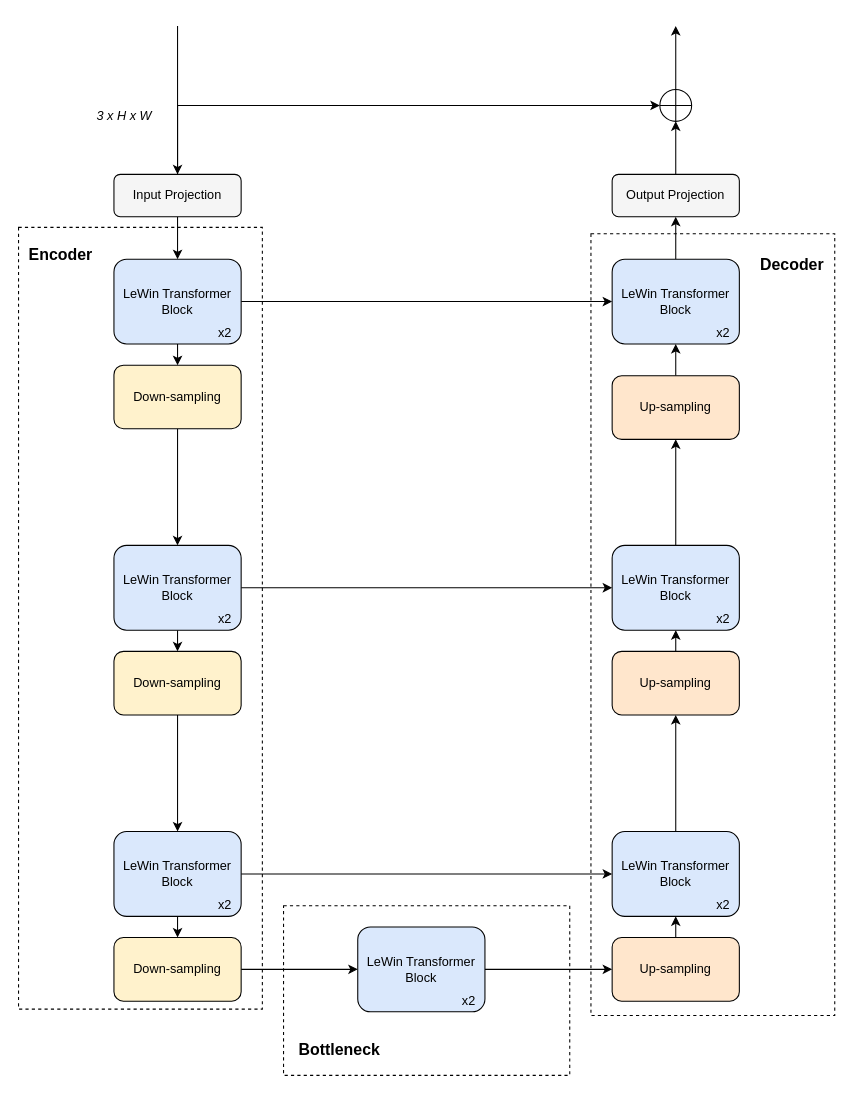
Above: MTRNet.drawio in user815886724/Drawio (draw.io), before the change. Source tidied: cells renumbered, new cells numbered last; positions are measured from the earlier drawing's top-left corner, leaving out a move shared by most shapes. Both pictures are drawn from the tidied source at 106%, with x=0, y=0 at pixel (18, 25).
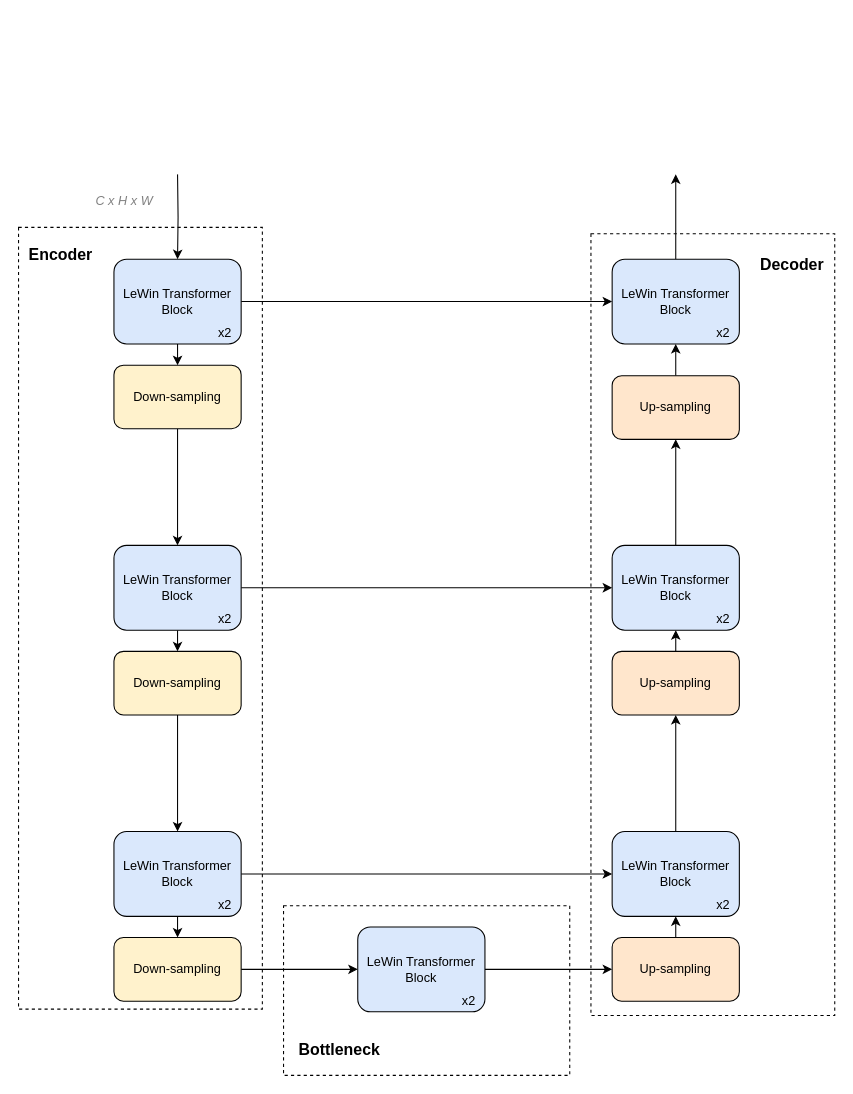
After the change.

The change refers to these unchanged cells:
```xml
<mxCell id="11" value="LeWin Transformer Block" style="rounded=1;whiteSpace=wrap;html=1;fillColor=#dae8fc;strokeColor=#000000;shadow=0;glass=0;sketch=0;labelBackgroundColor=none;fontColor=default;" parent="1" vertex="1">
  <mxGeometry x="90" y="220" width="120" height="80" as="geometry" />
</mxCell>
<mxCell id="40" value="LeWin Transformer Block" style="rounded=1;whiteSpace=wrap;html=1;fillColor=#dae8fc;strokeColor=default;shadow=0;glass=0;sketch=0;labelBackgroundColor=none;fontColor=default;" parent="1" vertex="1">
  <mxGeometry x="560" y="220" width="120" height="80" as="geometry" />
</mxCell>
```

What changed in the source:
```diff
@@
-    <mxCell id="5" style="edgeStyle=orthogonalEdgeStyle;rounded=0;jettySize=auto;html=1;fontColor=default;strokeColor=default;labelBackgroundColor=default;" parent="1" edge="1" source="8" target="11">
-      <mxGeometry relative="1" as="geometry" />
+    <mxCell id="5" style="edgeStyle=orthogonalEdgeStyle;rounded=0;jettySize=auto;html=1;fontColor=default;strokeColor=default;labelBackgroundColor=default;" parent="1" edge="1" target="11">
+      <mxGeometry relative="1" as="geometry">
+        <mxPoint x="150" y="140" as="sourcePoint" />
+      </mxGeometry>
     </mxCell>
-    <mxCell id="6" style="edgeStyle=orthogonalEdgeStyle;rounded=0;jettySize=auto;html=1;exitX=0.5;exitY=0;exitDx=0;exitDy=0;labelBackgroundColor=default;fontColor=#999999;strokeColor=default;startArrow=classic;startFill=1;endArrow=none;endFill=0;" parent="1" edge="1" source="8">
-      <mxGeometry relative="1" as="geometry">
-        <mxPoint x="150" as="targetPoint" />
-        <Array as="points">
-          <mxPoint x="150" y="120" />
-          <mxPoint x="150" y="120" />
-        </Array>
-      </mxGeometry>
-    </mxCell>
-    <mxCell id="7" style="edgeStyle=orthogonalEdgeStyle;rounded=0;jettySize=auto;html=1;exitX=0.5;exitY=0;exitDx=0;exitDy=0;entryX=0;entryY=0.5;entryDx=0;entryDy=0;labelBackgroundColor=default;fontColor=default;startArrow=none;startFill=0;endArrow=classic;endFill=1;strokeColor=default;" parent="1" edge="1" source="8" target="49">
-      <mxGeometry relative="1" as="geometry" />
-    </mxCell>
-    <mxCell id="8" value="Input Projection" style="rounded=1;whiteSpace=wrap;html=1;fillColor=#f5f5f5;strokeColor=default;fontColor=default;shadow=0;glass=0;sketch=0;labelBackgroundColor=none;" parent="1" vertex="1">
-      <mxGeometry x="90" y="140" width="120" height="40" as="geometry" />
-    </mxCell>
@@
-    <mxCell id="27" value="&lt;i&gt;&lt;font&gt;3 x H x W&lt;/font&gt;&lt;/i&gt;" style="text;html=1;strokeColor=none;fillColor=none;align=center;verticalAlign=middle;whiteSpace=wrap;rounded=0;shadow=0;glass=0;labelBackgroundColor=none;sketch=0;fontColor=default;" parent="1" vertex="1">
-      <mxGeometry x="70" y="70" width="60" height="30" as="geometry" />
+    <mxCell id="27" value="&lt;i&gt;&lt;font&gt;C x H x W&lt;/font&gt;&lt;/i&gt;" style="text;html=1;strokeColor=none;fillColor=none;align=center;verticalAlign=middle;whiteSpace=wrap;rounded=0;shadow=0;glass=0;labelBackgroundColor=none;sketch=0;fontColor=#808080;" parent="1" vertex="1">
+      <mxGeometry x="70" y="150" width="60" height="30" as="geometry" />
     </mxCell>
@@
-    <mxCell id="39" style="edgeStyle=orthogonalEdgeStyle;rounded=0;jettySize=auto;html=1;exitX=0.5;exitY=0;exitDx=0;exitDy=0;entryX=0.5;entryY=1;entryDx=0;entryDy=0;labelBackgroundColor=default;fontColor=default;startArrow=none;startFill=0;endArrow=classic;endFill=1;strokeColor=default;" parent="1" edge="1" source="40" target="43">
-      <mxGeometry relative="1" as="geometry" />
+    <mxCell id="39" style="edgeStyle=orthogonalEdgeStyle;rounded=0;jettySize=auto;html=1;exitX=0.5;exitY=0;exitDx=0;exitDy=0;entryX=0.5;entryY=1;entryDx=0;entryDy=0;labelBackgroundColor=default;fontColor=default;startArrow=none;startFill=0;endArrow=classic;endFill=1;strokeColor=default;" parent="1" edge="1" source="40">
+      <mxGeometry relative="1" as="geometry">
+        <mxPoint x="620" y="140" as="targetPoint" />
+      </mxGeometry>
     </mxCell>
@@
-    <mxCell id="42" style="edgeStyle=orthogonalEdgeStyle;rounded=0;jettySize=auto;html=1;exitX=0.5;exitY=0;exitDx=0;exitDy=0;entryX=0.5;entryY=1;entryDx=0;entryDy=0;labelBackgroundColor=default;fontColor=default;startArrow=none;startFill=0;endArrow=classic;endFill=1;strokeColor=default;" parent="1" edge="1" source="43" target="49">
-      <mxGeometry relative="1" as="geometry" />
-    </mxCell>
-    <mxCell id="43" value="Output Projection" style="rounded=1;whiteSpace=wrap;html=1;fillColor=#f5f5f5;strokeColor=default;fontColor=default;shadow=0;glass=0;sketch=0;labelBackgroundColor=none;" parent="1" vertex="1">
-      <mxGeometry x="560" y="140" width="120" height="40" as="geometry" />
-    </mxCell>
@@
-    <mxCell id="48" style="edgeStyle=orthogonalEdgeStyle;rounded=0;jettySize=auto;html=1;exitX=0.5;exitY=0;exitDx=0;exitDy=0;labelBackgroundColor=default;fontColor=default;startArrow=none;startFill=0;endArrow=classic;endFill=1;strokeColor=default;" parent="1" edge="1" source="49">
-      <mxGeometry relative="1" as="geometry">
-        <mxPoint x="620" as="targetPoint" />
-      </mxGeometry>
-    </mxCell>
-    <mxCell id="49" style="shape=orEllipse;perimeter=ellipsePerimeter;whiteSpace=wrap;html=1;backgroundOutline=1;rounded=1;shadow=0;glass=0;labelBackgroundColor=none;sketch=0;fontColor=default;strokeColor=default;fillColor=default;" parent="1" vertex="1">
-      <mxGeometry x="605" y="60" width="30" height="30" as="geometry" />
-    </mxCell>
```
